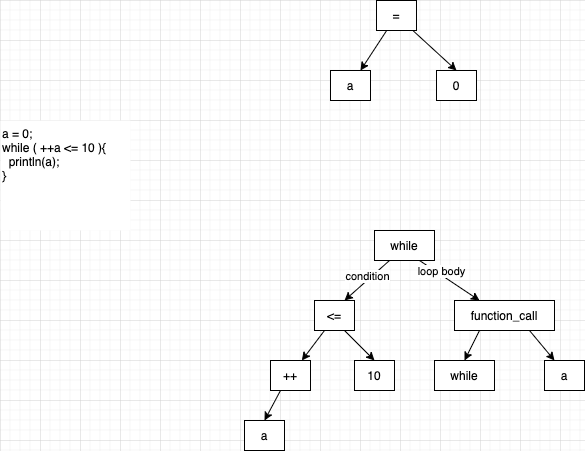
Aincvy/aincvy.github.io keeps this draw.io diagram as img/program/while_ast1.png. Above is the earlier version. Source tidied: cells renumbered, new cells last; positions are measured from the earlier drawing's top-left corner, leaving out a move shared by most shapes. Its diagram source:
```xml
<mxGraphModel>
  <root>
    <mxCell id="0" />
    <mxCell id="1" parent="0" />
    <mxCell id="2" value="a = 0;&lt;br&gt;while ( ++a &amp;lt;= 10 ){&lt;br&gt;&amp;nbsp; println(a);&lt;br&gt;}" style="rounded=0;whiteSpace=wrap;html=1;align=left;verticalAlign=top;strokeColor=none;" parent="1" vertex="1">
      <mxGeometry y="120" width="130" height="110" as="geometry" />
    </mxCell>
    <mxCell id="3" style="jettySize=auto;html=1;entryX=0.75;entryY=0;entryDx=0;entryDy=0;rounded=0;" parent="1" edge="1" source="5" target="6">
      <mxGeometry relative="1" as="geometry" />
    </mxCell>
    <mxCell id="4" style="rounded=0;jettySize=auto;html=1;entryX=0.5;entryY=0;entryDx=0;entryDy=0;" parent="1" edge="1" source="5" target="7">
      <mxGeometry relative="1" as="geometry" />
    </mxCell>
    <mxCell id="5" value="=" style="rounded=0;whiteSpace=wrap;html=1;align=center;" parent="1" vertex="1">
      <mxGeometry x="376" width="40" height="30" as="geometry" />
    </mxCell>
    <mxCell id="6" value="a" style="rounded=0;whiteSpace=wrap;html=1;align=center;" parent="1" vertex="1">
      <mxGeometry x="330" y="70" width="40" height="30" as="geometry" />
    </mxCell>
    <mxCell id="7" value="0" style="rounded=0;whiteSpace=wrap;html=1;align=center;" parent="1" vertex="1">
      <mxGeometry x="436" y="70" width="40" height="30" as="geometry" />
    </mxCell>
    <mxCell id="8" value="while" style="rounded=0;whiteSpace=wrap;html=1;align=center;" parent="1" vertex="1">
      <mxGeometry x="374" y="230" width="60" height="30" as="geometry" />
    </mxCell>
    <mxCell id="9" value="++" style="rounded=0;whiteSpace=wrap;html=1;align=center;" parent="1" vertex="1">
      <mxGeometry x="270" y="360" width="40" height="30" as="geometry" />
    </mxCell>
    <mxCell id="10" value="a" style="rounded=0;whiteSpace=wrap;html=1;align=center;" parent="1" vertex="1">
      <mxGeometry x="244" y="420" width="40" height="30" as="geometry" />
    </mxCell>
    <mxCell id="11" value="&amp;lt;=" style="rounded=0;whiteSpace=wrap;html=1;align=center;" parent="1" vertex="1">
      <mxGeometry x="314" y="300" width="40" height="30" as="geometry" />
    </mxCell>
    <mxCell id="12" value="10" style="rounded=0;whiteSpace=wrap;html=1;align=center;" parent="1" vertex="1">
      <mxGeometry x="354" y="360" width="40" height="30" as="geometry" />
    </mxCell>
    <mxCell id="13" value="function_call" style="rounded=0;whiteSpace=wrap;html=1;align=center;" parent="1" vertex="1">
      <mxGeometry x="454" y="300" width="100" height="30" as="geometry" />
    </mxCell>
    <mxCell id="14" style="jettySize=auto;html=1;entryX=0.75;entryY=0;entryDx=0;entryDy=0;rounded=0;exitX=0.25;exitY=1;exitDx=0;exitDy=0;" parent="1" edge="1" source="8" target="11">
      <mxGeometry relative="1" as="geometry" />
    </mxCell>
    <mxCell id="15" value="condition" style="edgeLabel;html=1;align=center;verticalAlign=middle;" parent="14" vertex="1">
      <mxGeometry x="-0.1" y="-3" relative="1" as="geometry" />
    </mxCell>
    <mxCell id="16" style="jettySize=auto;html=1;rounded=0;exitX=0.25;exitY=1;exitDx=0;exitDy=0;" parent="1" edge="1" source="11" target="9">
      <mxGeometry relative="1" as="geometry" />
    </mxCell>
    <mxCell id="17" style="jettySize=auto;html=1;entryX=0.5;entryY=0;entryDx=0;entryDy=0;rounded=0;exitX=0.25;exitY=1;exitDx=0;exitDy=0;" parent="1" edge="1" source="9" target="10">
      <mxGeometry relative="1" as="geometry" />
    </mxCell>
    <mxCell id="18" style="jettySize=auto;html=1;entryX=0.5;entryY=0;entryDx=0;entryDy=0;rounded=0;exitX=0.75;exitY=1;exitDx=0;exitDy=0;" parent="1" edge="1" source="11" target="12">
      <mxGeometry relative="1" as="geometry" />
    </mxCell>
    <mxCell id="19" value="while" style="rounded=0;whiteSpace=wrap;html=1;align=center;" parent="1" vertex="1">
      <mxGeometry x="434" y="360" width="60" height="30" as="geometry" />
    </mxCell>
    <mxCell id="20" value="a" style="rounded=0;whiteSpace=wrap;html=1;align=center;" parent="1" vertex="1">
      <mxGeometry x="544" y="360" width="40" height="30" as="geometry" />
    </mxCell>
    <mxCell id="21" style="jettySize=auto;html=1;entryX=0.25;entryY=0;entryDx=0;entryDy=0;rounded=0;exitX=0.75;exitY=1;exitDx=0;exitDy=0;" parent="1" edge="1" source="8" target="13">
      <mxGeometry relative="1" as="geometry" />
    </mxCell>
    <mxCell id="22" value="loop body" style="edgeLabel;html=1;align=center;verticalAlign=middle;" parent="21" vertex="1">
      <mxGeometry x="-0.35" y="2" relative="1" as="geometry">
        <mxPoint y="-1" as="offset" />
      </mxGeometry>
    </mxCell>
    <mxCell id="23" style="jettySize=auto;html=1;entryX=0.5;entryY=0;entryDx=0;entryDy=0;rounded=0;exitX=0.25;exitY=1;exitDx=0;exitDy=0;" parent="1" edge="1" source="13" target="19">
      <mxGeometry relative="1" as="geometry" />
    </mxCell>
    <mxCell id="24" style="jettySize=auto;html=1;entryX=0.25;entryY=0;entryDx=0;entryDy=0;rounded=0;exitX=0.75;exitY=1;exitDx=0;exitDy=0;" parent="1" edge="1" source="13" target="20">
      <mxGeometry relative="1" as="geometry" />
    </mxCell>
  </root>
</mxGraphModel>
```
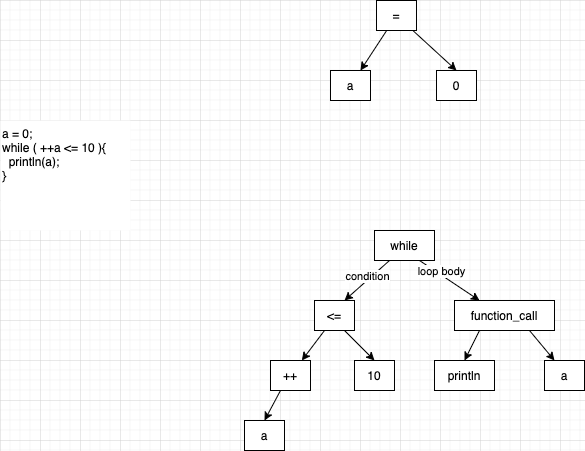
The same file after the commit.

The edit, as a diff of the source:
```diff
@@ -53,7 +53,7 @@
     <mxCell id="18" style="jettySize=auto;html=1;entryX=0.5;entryY=0;entryDx=0;entryDy=0;rounded=0;exitX=0.75;exitY=1;exitDx=0;exitDy=0;" parent="1" edge="1" source="11" target="12">
       <mxGeometry relative="1" as="geometry" />
     </mxCell>
-    <mxCell id="19" value="while" style="rounded=0;whiteSpace=wrap;html=1;align=center;" parent="1" vertex="1">
+    <mxCell id="19" value="println" style="rounded=0;whiteSpace=wrap;html=1;align=center;" parent="1" vertex="1">
       <mxGeometry x="434" y="360" width="60" height="30" as="geometry" />
     </mxCell>
     <mxCell id="20" value="a" style="rounded=0;whiteSpace=wrap;html=1;align=center;" parent="1" vertex="1">
```
